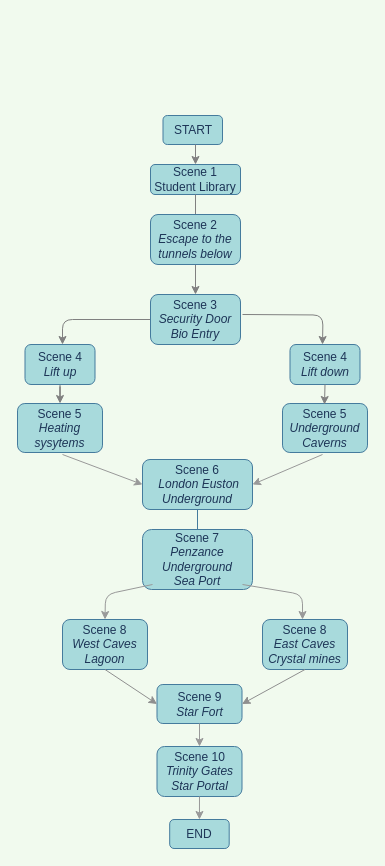
Benchelt/java-course keeps this draw.io diagram as Team Green.drawio. Above is the earlier version. Source tidied: cells renumbered, new cells numbered last; positions are measured from the earlier drawing's top-left corner, leaving out a move shared by most shapes. Both pictures are drawn from the tidied source at 100%, with x=0, y=0 at pixel (17, 115).
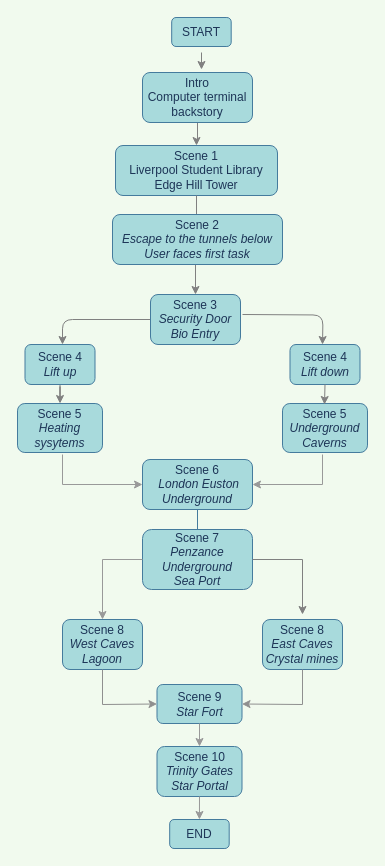
The same page after the edit.

Unchanged cells that the change refers to:
```xml
<mxCell id="14" value="&amp;nbsp; &amp;nbsp; &amp;nbsp; &amp;nbsp;Scene 6&amp;nbsp; &amp;nbsp; &amp;nbsp; &amp;nbsp; &amp;nbsp;&lt;i&gt;London&amp;nbsp;Euston Underground&lt;/i&gt;" style="whiteSpace=wrap;html=1;fillColor=#A8DADC;strokeColor=#457B9D;fontColor=#1D3557;rounded=1;" parent="1" vertex="1">
  <mxGeometry x="125" y="344" width="110" height="50" as="geometry" />
</mxCell>
<mxCell id="18" value="Scene 7&lt;br&gt;&lt;i&gt;Penzance Underground&lt;br&gt;Sea Port&lt;/i&gt;" style="whiteSpace=wrap;html=1;fillColor=#A8DADC;strokeColor=#457B9D;fontColor=#1D3557;rounded=1;" parent="1" vertex="1">
  <mxGeometry x="125" y="414" width="110" height="60" as="geometry" />
</mxCell>
<mxCell id="21" value="Scene 9&lt;br&gt;&lt;i&gt;Star Fort&lt;/i&gt;" style="whiteSpace=wrap;html=1;fillColor=#A8DADC;strokeColor=#457B9D;fontColor=#1D3557;rounded=1;" parent="1" vertex="1">
  <mxGeometry x="139.5" y="569" width="85" height="39" as="geometry" />
</mxCell>
```

Diff of the diagram source:
```diff
@@
-    <mxCell id="6" value="Scene 1&lt;br&gt;Student Library" style="whiteSpace=wrap;html=1;fillColor=#A8DADC;strokeColor=#457B9D;fontColor=#1D3557;rounded=1;" parent="1" vertex="1">
-      <mxGeometry x="133" y="49" width="90" height="30" as="geometry" />
+    <mxCell id="6" value="Scene 1&lt;br&gt;Liverpool Student Library&lt;br&gt;Edge Hill Tower" style="whiteSpace=wrap;html=1;fillColor=#A8DADC;strokeColor=#457B9D;fontColor=#1D3557;rounded=1;" parent="1" vertex="1">
+      <mxGeometry x="98" y="30" width="162" height="50" as="geometry" />
     </mxCell>
@@
-    <mxCell id="8" value="Scene 2&lt;br&gt;&lt;i&gt;Escape to the tunnels below&lt;/i&gt;" style="whiteSpace=wrap;html=1;fillColor=#A8DADC;strokeColor=#457B9D;fontColor=#1D3557;rounded=1;" parent="1" vertex="1">
-      <mxGeometry x="133" y="99" width="90" height="50" as="geometry" />
+    <mxCell id="8" value="Scene 2&lt;br&gt;&lt;i&gt;Escape to the tunnels below&lt;br&gt;User faces first task&lt;br&gt;&lt;/i&gt;" style="whiteSpace=wrap;html=1;fillColor=#A8DADC;strokeColor=#457B9D;fontColor=#1D3557;rounded=1;" parent="1" vertex="1">
+      <mxGeometry x="95" y="99" width="170" height="50" as="geometry" />
     </mxCell>
@@
     <mxCell id="16" value="Scene 8&lt;br&gt;&lt;i&gt;East Caves&lt;br&gt;Crystal mines&lt;/i&gt;" style="whiteSpace=wrap;html=1;fillColor=#A8DADC;strokeColor=#457B9D;fontColor=#1D3557;rounded=1;" parent="1" vertex="1">
-      <mxGeometry x="245" y="504" width="85" height="50" as="geometry" />
+      <mxGeometry x="245" y="504" width="80" height="50" as="geometry" />
     </mxCell>
     <mxCell id="17" value="Scene 8&lt;br&gt;&lt;i&gt;West Caves&lt;br&gt;Lagoon&lt;/i&gt;" style="whiteSpace=wrap;html=1;fillColor=#A8DADC;strokeColor=#457B9D;fontColor=#1D3557;rounded=1;" parent="1" vertex="1">
-      <mxGeometry x="45" y="504" width="85" height="50" as="geometry" />
+      <mxGeometry x="45" y="504" width="80" height="50" as="geometry" />
     </mxCell>
@@
-    <mxCell id="19" style="endArrow=classic;html=1;rounded=1;sketch=0;fontColor=#1D3557;strokeColor=#999999;fillColor=#A8DADC;curved=0;entryX=0.5;entryY=0;entryDx=0;entryDy=0;" parent="1" edge="1" target="17">
-      <mxGeometry relative="1" as="geometry">
-        <mxPoint x="135" y="469" as="sourcePoint" />
-        <Array as="points">
-          <mxPoint x="88" y="479" />
-        </Array>
-      </mxGeometry>
-    </mxCell>
-    <mxCell id="20" style="endArrow=classic;html=1;rounded=1;sketch=0;fontColor=#1D3557;strokeColor=#999999;fillColor=#A8DADC;curved=0;entryX=0.471;entryY=0;entryDx=0;entryDy=0;entryPerimeter=0;" parent="1" edge="1" target="16">
-      <mxGeometry relative="1" as="geometry">
-        <mxPoint x="225" y="469" as="sourcePoint" />
-        <Array as="points">
-          <mxPoint x="285" y="479" />
-        </Array>
-      </mxGeometry>
-    </mxCell>
@@
+    <mxCell id="32" style="edgeStyle=orthogonalEdgeStyle;rounded=0;jettySize=auto;html=1;entryX=0.5;entryY=0;entryDx=0;entryDy=0;strokeColor=#808080;" parent="1" edge="1" source="22" target="6">
+      <mxGeometry relative="1" as="geometry" />
+    </mxCell>
-    <mxCell id="22" value="START" style="whiteSpace=wrap;html=1;fillColor=#A8DADC;strokeColor=#457B9D;fontColor=#1D3557;rounded=1;" parent="1" vertex="1">
-      <mxGeometry x="145.5" width="59.5" height="29" as="geometry" />
+    <mxCell id="22" value="Intro&lt;br&gt;Computer terminal backstory" style="whiteSpace=wrap;html=1;fillColor=#A8DADC;strokeColor=#457B9D;fontColor=#1D3557;rounded=1;" parent="1" vertex="1">
+      <mxGeometry x="125" y="-43" width="110" height="50" as="geometry" />
     </mxCell>
-    <mxCell id="23" style="endArrow=classic;html=1;rounded=1;sketch=0;fontColor=#1D3557;strokeColor=#808080;fillColor=#A8DADC;curved=0;entryX=0.5;entryY=0;entryDx=0;entryDy=0;" parent="1" edge="1" target="6">
-      <mxGeometry relative="1" as="geometry">
-        <mxPoint x="178" y="29" as="sourcePoint" />
-      </mxGeometry>
-    </mxCell>
@@
     <mxCell id="26" style="endArrow=classic;html=1;rounded=0;exitX=0.5;exitY=1;exitDx=0;exitDy=0;entryX=1;entryY=0.5;entryDx=0;entryDy=0;strokeColor=#8F8F8F;" parent="1" edge="1" source="16" target="21">
-      <mxGeometry relative="1" as="geometry" />
+      <mxGeometry relative="1" as="geometry">
+        <Array as="points">
+          <mxPoint x="285" y="589" />
+        </Array>
+      </mxGeometry>
     </mxCell>
     <mxCell id="27" style="endArrow=classic;html=1;rounded=0;exitX=0.5;exitY=1;exitDx=0;exitDy=0;entryX=0;entryY=0.5;entryDx=0;entryDy=0;strokeColor=#8F8F8F;" parent="1" edge="1" source="17" target="21">
-      <mxGeometry relative="1" as="geometry" />
+      <mxGeometry relative="1" as="geometry">
+        <Array as="points">
+          <mxPoint x="85" y="589" />
+        </Array>
+      </mxGeometry>
     </mxCell>
     <mxCell id="28" style="endArrow=classic;html=1;rounded=0;strokeColor=#999999;entryX=0;entryY=0.5;entryDx=0;entryDy=0;" parent="1" edge="1" target="14">
       <mxGeometry relative="1" as="geometry">
         <mxPoint x="45" y="339" as="sourcePoint" />
+        <Array as="points">
+          <mxPoint x="45" y="369" />
+        </Array>
       </mxGeometry>
     </mxCell>
     <mxCell id="29" style="endArrow=classic;html=1;rounded=0;strokeColor=#999999;entryX=1;entryY=0.5;entryDx=0;entryDy=0;" parent="1" edge="1" target="14">
       <mxGeometry relative="1" as="geometry">
         <mxPoint x="305" y="339" as="sourcePoint" />
+        <Array as="points">
+          <mxPoint x="305" y="369" />
+        </Array>
       </mxGeometry>
     </mxCell>
@@
+    <mxCell id="33" style="endArrow=classic;html=1;rounded=0;entryX=0.5;entryY=0;entryDx=0;entryDy=0;exitX=0;exitY=0.5;exitDx=0;exitDy=0;strokeColor=#999999;" parent="1" edge="1" source="18" target="17">
+      <mxGeometry relative="1" as="geometry">
+        <Array as="points">
+          <mxPoint x="85" y="444" />
+        </Array>
+      </mxGeometry>
+    </mxCell>
+    <mxCell id="34" style="endArrow=classic;html=1;rounded=0;exitX=1;exitY=0.5;exitDx=0;exitDy=0;strokeColor=#808080;" parent="1" edge="1" source="18">
+      <mxGeometry relative="1" as="geometry">
+        <mxPoint x="285" y="499" as="targetPoint" />
+        <Array as="points">
+          <mxPoint x="285" y="444" />
+        </Array>
+      </mxGeometry>
+    </mxCell>
+    <mxCell id="35" value="START" style="whiteSpace=wrap;html=1;fillColor=#A8DADC;strokeColor=#457B9D;fontColor=#1D3557;rounded=1;" parent="1" vertex="1">
+      <mxGeometry x="154.2" y="-98" width="59.5" height="29" as="geometry" />
+    </mxCell>
+    <mxCell id="36" style="endArrow=classic;html=1;rounded=0;strokeColor=#808080;exitX=0.5;exitY=1;exitDx=0;exitDy=0;" parent="1" edge="1">
+      <mxGeometry relative="1" as="geometry">
+        <mxPoint x="184" y="-63" as="sourcePoint" />
+        <mxPoint x="184" y="-46" as="targetPoint" />
+      </mxGeometry>
+    </mxCell>
```
